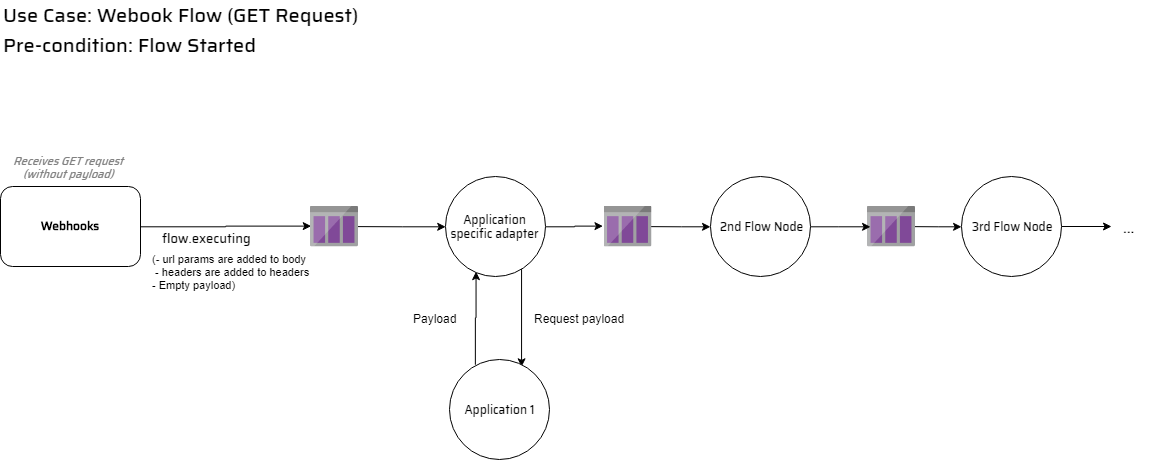
Above: docs/services/event-bus/assets/ExecuteWebhookFlowGET.png in openintegrationhub/openintegrationhub (draw.io), before the change. Source tidied: cells renumbered, new cells last; positions are measured from the earlier drawing's top-left corner, leaving out a move shared by most shapes.
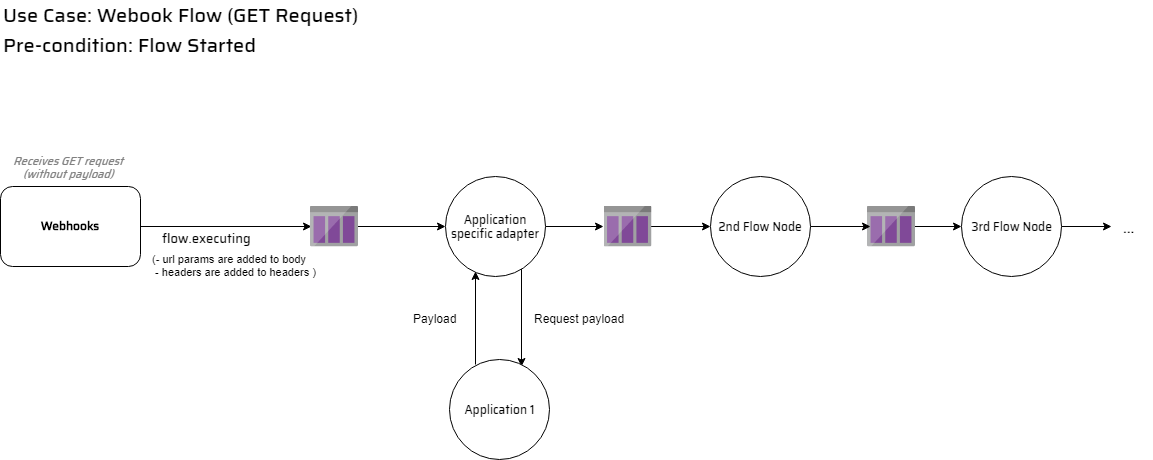
Later version of the same file.

What changed in the source:
```diff
@@ -76,7 +76,7 @@
     <mxCell id="25" value="Payload" style="text;html=1;align=left;verticalAlign=top;spacingTop=-4;" parent="1" vertex="1">
       <mxGeometry x="411" y="309" width="60" height="20" as="geometry" />
     </mxCell>
-    <mxCell id="26" value="(- url params are added to body&lt;br&gt;&amp;nbsp;- headers are added to headers&amp;nbsp;&lt;br style=&quot;font-size: 11px&quot;&gt;- Empty payload)" style="text;html=1;fontSize=11;" parent="1" vertex="1">
+    <mxCell id="26" value="(- url params are added to body&lt;br&gt;&amp;nbsp;- headers are added to headers&amp;nbsp;)" style="text;html=1;fontSize=11;" parent="1" vertex="1">
       <mxGeometry x="150" y="246" width="160" height="30" as="geometry" />
     </mxCell>
   </root>
```
